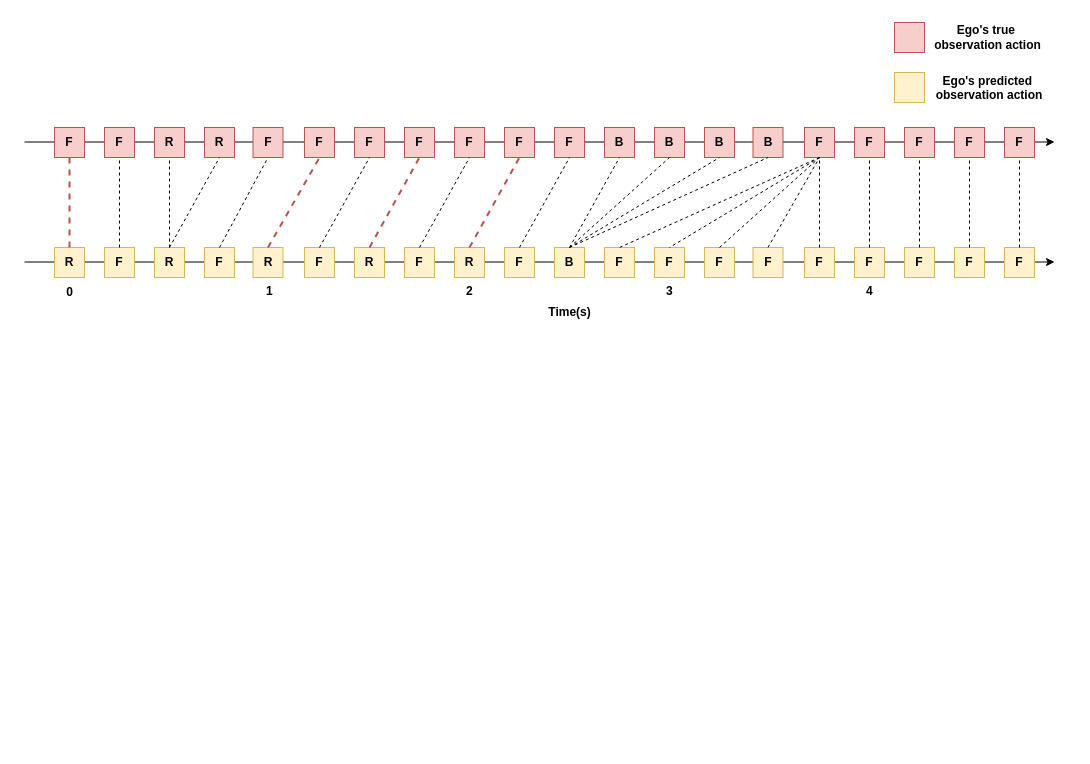
SlidingEagle/draw.io keeps this draw.io diagram as page "DTW3_1#5" (11 of 13) of CDAS-O.drawio. Above is the earlier version. Source tidied: cells renumbered, new cells numbered last; positions are measured from the earlier drawing's top-left corner, leaving out a move shared by most shapes. Both pictures are drawn from the tidied source at 100%, with x=0, y=0 at pixel (24, 17).
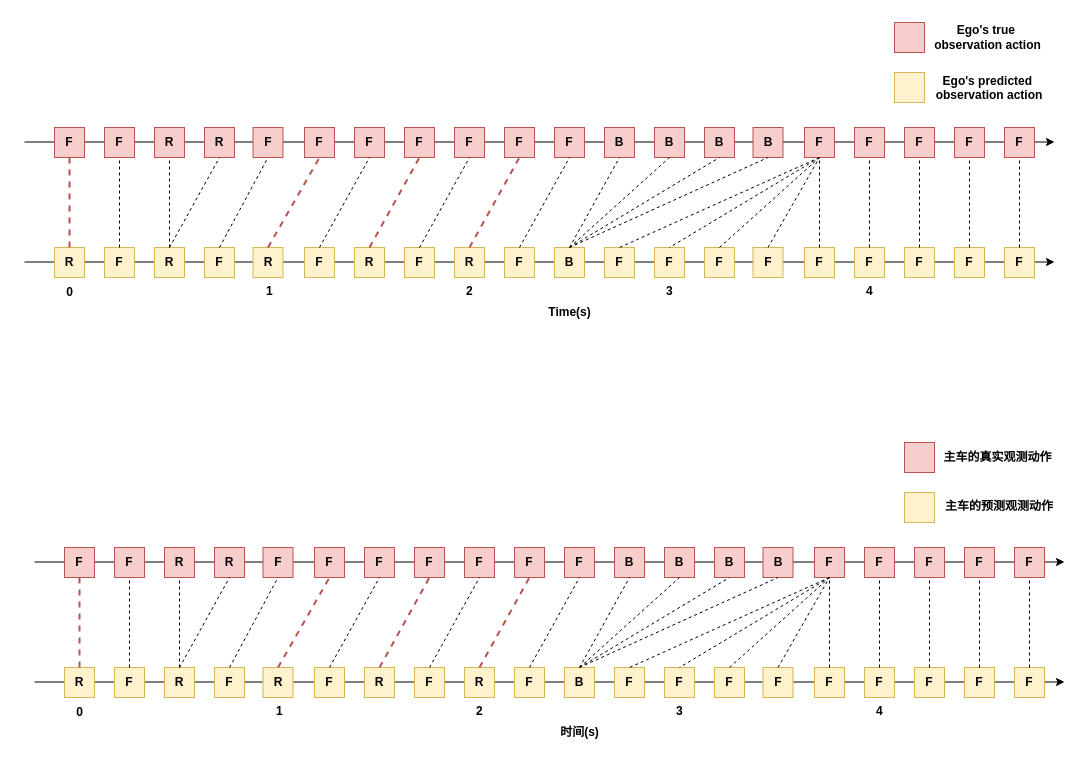
The same page after the edit.

What changed in the source:
```diff
@@
+    <mxCell id="78" style="endArrow=classic;html=1;rounded=0;" parent="1" edge="1">
+      <mxGeometry relative="1" as="geometry">
+        <mxPoint x="10" y="544.5" as="sourcePoint" />
+        <mxPoint x="1040" y="544.5" as="targetPoint" />
+      </mxGeometry>
+    </mxCell>
+    <mxCell id="79" style="endArrow=classic;html=1;rounded=0;" parent="1" edge="1">
+      <mxGeometry relative="1" as="geometry">
+        <mxPoint x="10" y="664.5" as="sourcePoint" />
+        <mxPoint x="1040" y="664.5" as="targetPoint" />
+      </mxGeometry>
+    </mxCell>
+    <mxCell id="80" value="&lt;b&gt;F&lt;/b&gt;" style="whiteSpace=wrap;html=1;fillColor=#f8cecc;strokeColor=#b85450;" parent="1" vertex="1">
+      <mxGeometry x="40" y="530" width="30" height="30" as="geometry" />
+    </mxCell>
+    <mxCell id="81" value="&lt;b&gt;F&lt;/b&gt;" style="whiteSpace=wrap;html=1;fillColor=#f8cecc;strokeColor=#b85450;" parent="1" vertex="1">
+      <mxGeometry x="90" y="530" width="30" height="30" as="geometry" />
+    </mxCell>
+    <mxCell id="82" value="&lt;b&gt;R&lt;/b&gt;" style="whiteSpace=wrap;html=1;fillColor=#f8cecc;strokeColor=#b85450;" parent="1" vertex="1">
+      <mxGeometry x="140" y="530" width="30" height="30" as="geometry" />
+    </mxCell>
+    <mxCell id="83" value="&lt;b&gt;R&lt;/b&gt;" style="whiteSpace=wrap;html=1;fillColor=#f8cecc;strokeColor=#b85450;" parent="1" vertex="1">
+      <mxGeometry x="190" y="530" width="30" height="30" as="geometry" />
+    </mxCell>
+    <mxCell id="84" value="&lt;b&gt;F&lt;/b&gt;" style="whiteSpace=wrap;html=1;fillColor=#f8cecc;strokeColor=#b85450;" parent="1" vertex="1">
+      <mxGeometry x="238.5" y="530" width="30" height="30" as="geometry" />
+    </mxCell>
+    <mxCell id="85" value="&lt;b&gt;F&lt;/b&gt;" style="whiteSpace=wrap;html=1;fillColor=#f8cecc;strokeColor=#b85450;" parent="1" vertex="1">
+      <mxGeometry x="290" y="530" width="30" height="30" as="geometry" />
+    </mxCell>
+    <mxCell id="86" value="&lt;b&gt;F&lt;/b&gt;" style="whiteSpace=wrap;html=1;fillColor=#f8cecc;strokeColor=#b85450;" parent="1" vertex="1">
+      <mxGeometry x="340" y="530" width="30" height="30" as="geometry" />
+    </mxCell>
+    <mxCell id="87" value="&lt;b&gt;F&lt;/b&gt;" style="whiteSpace=wrap;html=1;fillColor=#f8cecc;strokeColor=#b85450;" parent="1" vertex="1">
+      <mxGeometry x="390" y="530" width="30" height="30" as="geometry" />
+    </mxCell>
+    <mxCell id="88" value="&lt;b&gt;F&lt;/b&gt;" style="whiteSpace=wrap;html=1;fillColor=#f8cecc;strokeColor=#b85450;" parent="1" vertex="1">
+      <mxGeometry x="440" y="530" width="30" height="30" as="geometry" />
+    </mxCell>
+    <mxCell id="89" value="&lt;b&gt;F&lt;/b&gt;" style="whiteSpace=wrap;html=1;fillColor=#f8cecc;strokeColor=#b85450;" parent="1" vertex="1">
+      <mxGeometry x="490" y="530" width="30" height="30" as="geometry" />
+    </mxCell>
+    <mxCell id="90" value="&lt;b&gt;F&lt;/b&gt;" style="whiteSpace=wrap;html=1;fillColor=#f8cecc;strokeColor=#b85450;" parent="1" vertex="1">
+      <mxGeometry x="540" y="530" width="30" height="30" as="geometry" />
+    </mxCell>
+    <mxCell id="91" value="&lt;b&gt;B&lt;/b&gt;" style="whiteSpace=wrap;html=1;fillColor=#f8cecc;strokeColor=#b85450;" parent="1" vertex="1">
+      <mxGeometry x="590" y="530" width="30" height="30" as="geometry" />
+    </mxCell>
+    <mxCell id="92" value="&lt;b&gt;B&lt;/b&gt;" style="whiteSpace=wrap;html=1;fillColor=#f8cecc;strokeColor=#b85450;" parent="1" vertex="1">
+      <mxGeometry x="640" y="530" width="30" height="30" as="geometry" />
+    </mxCell>
+    <mxCell id="93" value="&lt;b&gt;B&lt;/b&gt;" style="whiteSpace=wrap;html=1;fillColor=#f8cecc;strokeColor=#b85450;" parent="1" vertex="1">
+      <mxGeometry x="690" y="530" width="30" height="30" as="geometry" />
+    </mxCell>
+    <mxCell id="94" value="&lt;b&gt;B&lt;/b&gt;" style="whiteSpace=wrap;html=1;fillColor=#f8cecc;strokeColor=#b85450;" parent="1" vertex="1">
+      <mxGeometry x="738.5" y="530" width="30" height="30" as="geometry" />
+    </mxCell>
+    <mxCell id="95" value="&lt;b&gt;F&lt;/b&gt;" style="whiteSpace=wrap;html=1;fillColor=#f8cecc;strokeColor=#b85450;" parent="1" vertex="1">
+      <mxGeometry x="790" y="530" width="30" height="30" as="geometry" />
+    </mxCell>
+    <mxCell id="96" value="&lt;b&gt;F&lt;/b&gt;" style="whiteSpace=wrap;html=1;fillColor=#f8cecc;strokeColor=#b85450;" parent="1" vertex="1">
+      <mxGeometry x="840" y="530" width="30" height="30" as="geometry" />
+    </mxCell>
+    <mxCell id="97" value="&lt;b&gt;F&lt;/b&gt;" style="whiteSpace=wrap;html=1;fillColor=#f8cecc;strokeColor=#b85450;" parent="1" vertex="1">
+      <mxGeometry x="890" y="530" width="30" height="30" as="geometry" />
+    </mxCell>
+    <mxCell id="98" value="&lt;b&gt;F&lt;/b&gt;" style="whiteSpace=wrap;html=1;fillColor=#f8cecc;strokeColor=#b85450;" parent="1" vertex="1">
+      <mxGeometry x="940" y="530" width="30" height="30" as="geometry" />
+    </mxCell>
+    <mxCell id="99" value="&lt;b&gt;F&lt;/b&gt;" style="whiteSpace=wrap;html=1;fillColor=#f8cecc;strokeColor=#b85450;" parent="1" vertex="1">
+      <mxGeometry x="990" y="530" width="30" height="30" as="geometry" />
+    </mxCell>
+    <mxCell id="100" value="&lt;b&gt;R&lt;/b&gt;" style="whiteSpace=wrap;html=1;fillColor=#fff2cc;strokeColor=#d6b656;" parent="1" vertex="1">
+      <mxGeometry x="40" y="650" width="30" height="30" as="geometry" />
+    </mxCell>
+    <mxCell id="101" value="&lt;b&gt;F&lt;/b&gt;" style="whiteSpace=wrap;html=1;fillColor=#fff2cc;strokeColor=#d6b656;" parent="1" vertex="1">
+      <mxGeometry x="90" y="650" width="30" height="30" as="geometry" />
+    </mxCell>
+    <mxCell id="102" value="&lt;b&gt;R&lt;/b&gt;" style="whiteSpace=wrap;html=1;fillColor=#fff2cc;strokeColor=#d6b656;" parent="1" vertex="1">
+      <mxGeometry x="140" y="650" width="30" height="30" as="geometry" />
+    </mxCell>
+    <mxCell id="103" value="&lt;b&gt;F&lt;/b&gt;" style="whiteSpace=wrap;html=1;fillColor=#fff2cc;strokeColor=#d6b656;" parent="1" vertex="1">
+      <mxGeometry x="190" y="650" width="30" height="30" as="geometry" />
+    </mxCell>
+    <mxCell id="104" value="&lt;b&gt;R&lt;/b&gt;" style="whiteSpace=wrap;html=1;fillColor=#fff2cc;strokeColor=#d6b656;" parent="1" vertex="1">
+      <mxGeometry x="238.5" y="650" width="30" height="30" as="geometry" />
+    </mxCell>
+    <mxCell id="105" value="&lt;b&gt;F&lt;/b&gt;" style="whiteSpace=wrap;html=1;fillColor=#fff2cc;strokeColor=#d6b656;" parent="1" vertex="1">
+      <mxGeometry x="290" y="650" width="30" height="30" as="geometry" />
+    </mxCell>
+    <mxCell id="106" value="&lt;b&gt;R&lt;/b&gt;" style="whiteSpace=wrap;html=1;fillColor=#fff2cc;strokeColor=#d6b656;" parent="1" vertex="1">
+      <mxGeometry x="340" y="650" width="30" height="30" as="geometry" />
+    </mxCell>
+    <mxCell id="107" value="&lt;b&gt;F&lt;/b&gt;" style="whiteSpace=wrap;html=1;fillColor=#fff2cc;strokeColor=#d6b656;" parent="1" vertex="1">
+      <mxGeometry x="390" y="650" width="30" height="30" as="geometry" />
+    </mxCell>
+    <mxCell id="108" value="&lt;b&gt;R&lt;/b&gt;" style="whiteSpace=wrap;html=1;fillColor=#fff2cc;strokeColor=#d6b656;" parent="1" vertex="1">
+      <mxGeometry x="440" y="650" width="30" height="30" as="geometry" />
+    </mxCell>
+    <mxCell id="109" value="&lt;b&gt;F&lt;/b&gt;" style="whiteSpace=wrap;html=1;fillColor=#fff2cc;strokeColor=#d6b656;" parent="1" vertex="1">
+      <mxGeometry x="490" y="650" width="30" height="30" as="geometry" />
+    </mxCell>
+    <mxCell id="110" value="&lt;b&gt;B&lt;/b&gt;" style="whiteSpace=wrap;html=1;fillColor=#fff2cc;strokeColor=#d6b656;" parent="1" vertex="1">
+      <mxGeometry x="540" y="650" width="30" height="30" as="geometry" />
+    </mxCell>
+    <mxCell id="111" value="&lt;b&gt;F&lt;/b&gt;" style="whiteSpace=wrap;html=1;fillColor=#fff2cc;strokeColor=#d6b656;" parent="1" vertex="1">
+      <mxGeometry x="590" y="650" width="30" height="30" as="geometry" />
+    </mxCell>
+    <mxCell id="112" value="&lt;b&gt;F&lt;/b&gt;" style="whiteSpace=wrap;html=1;fillColor=#fff2cc;strokeColor=#d6b656;" parent="1" vertex="1">
+      <mxGeometry x="640" y="650" width="30" height="30" as="geometry" />
+    </mxCell>
+    <mxCell id="113" value="&lt;b&gt;F&lt;/b&gt;" style="whiteSpace=wrap;html=1;fillColor=#fff2cc;strokeColor=#d6b656;" parent="1" vertex="1">
+      <mxGeometry x="690" y="650" width="30" height="30" as="geometry" />
+    </mxCell>
+    <mxCell id="114" value="&lt;b&gt;F&lt;/b&gt;" style="whiteSpace=wrap;html=1;fillColor=#fff2cc;strokeColor=#d6b656;" parent="1" vertex="1">
+      <mxGeometry x="738.5" y="650" width="30" height="30" as="geometry" />
+    </mxCell>
+    <mxCell id="115" value="&lt;b&gt;F&lt;/b&gt;" style="whiteSpace=wrap;html=1;fillColor=#fff2cc;strokeColor=#d6b656;" parent="1" vertex="1">
+      <mxGeometry x="790" y="650" width="30" height="30" as="geometry" />
+    </mxCell>
+    <mxCell id="116" value="&lt;b&gt;F&lt;/b&gt;" style="whiteSpace=wrap;html=1;fillColor=#fff2cc;strokeColor=#d6b656;" parent="1" vertex="1">
+      <mxGeometry x="840" y="650" width="30" height="30" as="geometry" />
+    </mxCell>
+    <mxCell id="117" value="&lt;b&gt;F&lt;/b&gt;" style="whiteSpace=wrap;html=1;fillColor=#fff2cc;strokeColor=#d6b656;" parent="1" vertex="1">
+      <mxGeometry x="890" y="650" width="30" height="30" as="geometry" />
+    </mxCell>
+    <mxCell id="118" value="&lt;b&gt;F&lt;/b&gt;" style="whiteSpace=wrap;html=1;fillColor=#fff2cc;strokeColor=#d6b656;" parent="1" vertex="1">
+      <mxGeometry x="940" y="650" width="30" height="30" as="geometry" />
+    </mxCell>
+    <mxCell id="119" value="&lt;b&gt;F&lt;/b&gt;" style="whiteSpace=wrap;html=1;fillColor=#fff2cc;strokeColor=#d6b656;" parent="1" vertex="1">
+      <mxGeometry x="990" y="650" width="30" height="30" as="geometry" />
+    </mxCell>
+    <mxCell id="120" style="endArrow=none;dashed=1;html=1;rounded=0;entryX=0.5;entryY=1;entryDx=0;entryDy=0;exitX=0.5;exitY=0;exitDx=0;exitDy=0;fillColor=#f8cecc;strokeColor=#b85450;strokeWidth=2;" parent="1" edge="1" source="100" target="80">
+      <mxGeometry relative="1" as="geometry" />
+    </mxCell>
+    <mxCell id="121" style="endArrow=none;dashed=1;html=1;rounded=0;entryX=0.5;entryY=1;entryDx=0;entryDy=0;exitX=0.5;exitY=0;exitDx=0;exitDy=0;" parent="1" edge="1" source="101" target="81">
+      <mxGeometry relative="1" as="geometry" />
+    </mxCell>
+    <mxCell id="122" style="endArrow=none;dashed=1;html=1;rounded=0;entryX=0.5;entryY=1;entryDx=0;entryDy=0;exitX=0.5;exitY=0;exitDx=0;exitDy=0;" parent="1" edge="1" source="102" target="82">
+      <mxGeometry relative="1" as="geometry" />
+    </mxCell>
+    <mxCell id="123" style="endArrow=none;dashed=1;html=1;rounded=0;entryX=0.5;entryY=1;entryDx=0;entryDy=0;exitX=0.5;exitY=0;exitDx=0;exitDy=0;" parent="1" edge="1" source="102" target="83">
+      <mxGeometry relative="1" as="geometry" />
+    </mxCell>
+    <mxCell id="124" style="endArrow=none;dashed=1;html=1;rounded=0;entryX=0.5;entryY=1;entryDx=0;entryDy=0;exitX=0.5;exitY=0;exitDx=0;exitDy=0;" parent="1" edge="1" source="103" target="84">
+      <mxGeometry relative="1" as="geometry" />
+    </mxCell>
+    <mxCell id="125" style="endArrow=none;dashed=1;html=1;rounded=0;entryX=0.5;entryY=1;entryDx=0;entryDy=0;exitX=0.5;exitY=0;exitDx=0;exitDy=0;fillColor=#f8cecc;strokeColor=#b85450;strokeWidth=2;" parent="1" edge="1" source="104" target="85">
+      <mxGeometry relative="1" as="geometry" />
+    </mxCell>
+    <mxCell id="126" style="endArrow=none;dashed=1;html=1;rounded=0;entryX=0.5;entryY=1;entryDx=0;entryDy=0;exitX=0.5;exitY=0;exitDx=0;exitDy=0;fillColor=#f8cecc;strokeColor=#b85450;strokeWidth=2;" parent="1" edge="1" source="108" target="89">
+      <mxGeometry relative="1" as="geometry" />
+    </mxCell>
+    <mxCell id="127" style="endArrow=none;dashed=1;html=1;rounded=0;entryX=0.5;entryY=1;entryDx=0;entryDy=0;exitX=0.5;exitY=0;exitDx=0;exitDy=0;" parent="1" edge="1" source="110" target="91">
+      <mxGeometry relative="1" as="geometry" />
+    </mxCell>
+    <mxCell id="128" style="endArrow=none;dashed=1;html=1;rounded=0;entryX=0.5;entryY=1;entryDx=0;entryDy=0;exitX=0.5;exitY=0;exitDx=0;exitDy=0;" parent="1" edge="1" source="110" target="92">
+      <mxGeometry relative="1" as="geometry" />
+    </mxCell>
+    <mxCell id="129" style="endArrow=none;dashed=1;html=1;rounded=0;entryX=0.5;entryY=1;entryDx=0;entryDy=0;exitX=0.5;exitY=0;exitDx=0;exitDy=0;" parent="1" edge="1" source="110" target="93">
+      <mxGeometry relative="1" as="geometry" />
+    </mxCell>
+    <mxCell id="130" style="endArrow=none;dashed=1;html=1;rounded=0;entryX=0.5;entryY=1;entryDx=0;entryDy=0;exitX=0.5;exitY=0;exitDx=0;exitDy=0;" parent="1" edge="1" source="110" target="94">
+      <mxGeometry relative="1" as="geometry" />
+    </mxCell>
+    <mxCell id="131" style="endArrow=none;dashed=1;html=1;rounded=0;entryX=0.5;entryY=0;entryDx=0;entryDy=0;exitX=0.5;exitY=1;exitDx=0;exitDy=0;" parent="1" edge="1" source="95" target="111">
+      <mxGeometry relative="1" as="geometry" />
+    </mxCell>
+    <mxCell id="132" style="endArrow=none;dashed=1;html=1;rounded=0;entryX=0.5;entryY=0;entryDx=0;entryDy=0;exitX=0.5;exitY=1;exitDx=0;exitDy=0;" parent="1" edge="1" source="95" target="112">
+      <mxGeometry relative="1" as="geometry" />
+    </mxCell>
+    <mxCell id="133" style="endArrow=none;dashed=1;html=1;rounded=0;entryX=0.5;entryY=1;entryDx=0;entryDy=0;exitX=0.5;exitY=0;exitDx=0;exitDy=0;" parent="1" edge="1" source="115" target="95">
+      <mxGeometry relative="1" as="geometry" />
+    </mxCell>
+    <mxCell id="134" style="endArrow=none;dashed=1;html=1;rounded=0;entryX=0.5;entryY=1;entryDx=0;entryDy=0;exitX=0.5;exitY=0;exitDx=0;exitDy=0;" parent="1" edge="1" source="116" target="96">
+      <mxGeometry relative="1" as="geometry" />
+    </mxCell>
+    <mxCell id="135" style="endArrow=none;dashed=1;html=1;rounded=0;entryX=0.5;entryY=1;entryDx=0;entryDy=0;exitX=0.5;exitY=0;exitDx=0;exitDy=0;" parent="1" edge="1" source="117" target="97">
+      <mxGeometry relative="1" as="geometry" />
+    </mxCell>
+    <mxCell id="136" style="endArrow=none;dashed=1;html=1;rounded=0;entryX=0.5;entryY=1;entryDx=0;entryDy=0;exitX=0.5;exitY=0;exitDx=0;exitDy=0;" parent="1" edge="1" source="118" target="98">
+      <mxGeometry relative="1" as="geometry" />
+    </mxCell>
+    <mxCell id="137" style="endArrow=none;dashed=1;html=1;rounded=0;exitX=0.5;exitY=0;exitDx=0;exitDy=0;entryX=0.5;entryY=1;entryDx=0;entryDy=0;" parent="1" edge="1" source="119" target="99">
+      <mxGeometry relative="1" as="geometry" />
+    </mxCell>
+    <mxCell id="138" value="&lt;b&gt;0&lt;/b&gt;" style="text;html=1;align=center;verticalAlign=middle;strokeColor=none;fillColor=none;" parent="1" vertex="1">
+      <mxGeometry x="40" y="680" width="30" height="30" as="geometry" />
+    </mxCell>
+    <mxCell id="139" value="&lt;b style=&quot;forced-color-adjust: none; color: rgb(0, 0, 0); font-family: Helvetica; font-size: 12px; font-style: normal; font-variant-ligatures: normal; font-variant-caps: normal; letter-spacing: normal; orphans: 2; text-align: center; text-indent: 0px; text-transform: none; widows: 2; word-spacing: 0px; -webkit-text-stroke-width: 0px; white-space: nowrap; background-color: rgb(255, 255, 255); text-decoration-thickness: initial; text-decoration-style: initial; text-decoration-color: initial;&quot;&gt;1&lt;/b&gt;" style="text;whiteSpace=wrap;html=1;" parent="1" vertex="1">
+      <mxGeometry x="250" y="680" width="40" height="40" as="geometry" />
+    </mxCell>
+    <mxCell id="140" value="&lt;b style=&quot;forced-color-adjust: none; color: rgb(0, 0, 0); font-family: Helvetica; font-size: 12px; font-style: normal; font-variant-ligatures: normal; font-variant-caps: normal; letter-spacing: normal; orphans: 2; text-align: center; text-indent: 0px; text-transform: none; widows: 2; word-spacing: 0px; -webkit-text-stroke-width: 0px; white-space: nowrap; background-color: rgb(255, 255, 255); text-decoration-thickness: initial; text-decoration-style: initial; text-decoration-color: initial;&quot;&gt;2&lt;/b&gt;" style="text;whiteSpace=wrap;html=1;" parent="1" vertex="1">
+      <mxGeometry x="450" y="680" width="40" height="40" as="geometry" />
+    </mxCell>
+    <mxCell id="141" value="&lt;b style=&quot;forced-color-adjust: none; color: rgb(0, 0, 0); font-family: Helvetica; font-size: 12px; font-style: normal; font-variant-ligatures: normal; font-variant-caps: normal; letter-spacing: normal; orphans: 2; text-align: center; text-indent: 0px; text-transform: none; widows: 2; word-spacing: 0px; -webkit-text-stroke-width: 0px; white-space: nowrap; background-color: rgb(255, 255, 255); text-decoration-thickness: initial; text-decoration-style: initial; text-decoration-color: initial;&quot;&gt;3&lt;/b&gt;" style="text;whiteSpace=wrap;html=1;" parent="1" vertex="1">
+      <mxGeometry x="650" y="680" width="40" height="40" as="geometry" />
+    </mxCell>
+    <mxCell id="142" value="&lt;b style=&quot;forced-color-adjust: none; color: rgb(0, 0, 0); font-family: Helvetica; font-size: 12px; font-style: normal; font-variant-ligatures: normal; font-variant-caps: normal; letter-spacing: normal; orphans: 2; text-align: center; text-indent: 0px; text-transform: none; widows: 2; word-spacing: 0px; -webkit-text-stroke-width: 0px; white-space: nowrap; background-color: rgb(255, 255, 255); text-decoration-thickness: initial; text-decoration-style: initial; text-decoration-color: initial;&quot;&gt;4&lt;/b&gt;" style="text;whiteSpace=wrap;html=1;" parent="1" vertex="1">
+      <mxGeometry x="850" y="680" width="40" height="40" as="geometry" />
+    </mxCell>
+    <mxCell id="143" value="&lt;b&gt;时间(s)&lt;/b&gt;" style="text;html=1;align=center;verticalAlign=middle;strokeColor=none;fillColor=none;" parent="1" vertex="1">
+      <mxGeometry x="525" y="700" width="60" height="30" as="geometry" />
+    </mxCell>
+    <mxCell id="144" style="whiteSpace=wrap;html=1;fillColor=#f8cecc;strokeColor=#b85450;" parent="1" vertex="1">
+      <mxGeometry x="880" y="425" width="30" height="30" as="geometry" />
+    </mxCell>
+    <mxCell id="145" style="whiteSpace=wrap;html=1;fillColor=#fff2cc;strokeColor=#d6b656;" parent="1" vertex="1">
+      <mxGeometry x="880" y="475" width="30" height="30" as="geometry" />
+    </mxCell>
+    <mxCell id="146" value="&lt;b&gt;主车的真实观测动作&lt;/b&gt;" style="text;html=1;align=center;verticalAlign=middle;strokeColor=none;fillColor=none;" parent="1" vertex="1">
+      <mxGeometry x="908" y="425" width="130" height="30" as="geometry" />
+    </mxCell>
+    <mxCell id="147" value="&lt;span style=&quot;text-wrap-mode: nowrap;&quot;&gt;&lt;b&gt;主车的预测观测动作&lt;/b&gt;&lt;/span&gt;" style="text;whiteSpace=wrap;html=1;align=center;" parent="1" vertex="1">
+      <mxGeometry x="910" y="475" width="130" height="40" as="geometry" />
+    </mxCell>
+    <mxCell id="148" style="endArrow=none;dashed=1;html=1;rounded=0;entryX=0.5;entryY=1;entryDx=0;entryDy=0;exitX=0.5;exitY=0;exitDx=0;exitDy=0;" parent="1" edge="1" source="105" target="86">
+      <mxGeometry relative="1" as="geometry" />
+    </mxCell>
+    <mxCell id="149" style="endArrow=none;dashed=1;html=1;rounded=0;entryX=0.5;entryY=1;entryDx=0;entryDy=0;exitX=0.5;exitY=0;exitDx=0;exitDy=0;fillColor=#f8cecc;strokeColor=#b85450;strokeWidth=2;" parent="1" edge="1" source="106" target="87">
+      <mxGeometry relative="1" as="geometry" />
+    </mxCell>
+    <mxCell id="150" style="endArrow=none;dashed=1;html=1;rounded=0;entryX=0.5;entryY=1;entryDx=0;entryDy=0;exitX=0.5;exitY=0;exitDx=0;exitDy=0;" parent="1" edge="1" source="107" target="88">
+      <mxGeometry relative="1" as="geometry" />
+    </mxCell>
+    <mxCell id="151" style="endArrow=none;dashed=1;html=1;rounded=0;entryX=0.5;entryY=1;entryDx=0;entryDy=0;exitX=0.5;exitY=0;exitDx=0;exitDy=0;" parent="1" edge="1" source="109" target="90">
+      <mxGeometry relative="1" as="geometry" />
+    </mxCell>
+    <mxCell id="152" style="endArrow=none;dashed=1;html=1;rounded=0;entryX=0.5;entryY=1;entryDx=0;entryDy=0;exitX=0.5;exitY=0;exitDx=0;exitDy=0;" parent="1" edge="1" source="113" target="95">
+      <mxGeometry relative="1" as="geometry" />
+    </mxCell>
+    <mxCell id="153" style="endArrow=none;dashed=1;html=1;rounded=0;entryX=0.5;entryY=1;entryDx=0;entryDy=0;exitX=0.5;exitY=0;exitDx=0;exitDy=0;" parent="1" edge="1" source="114" target="95">
+      <mxGeometry relative="1" as="geometry" />
+    </mxCell>
```
